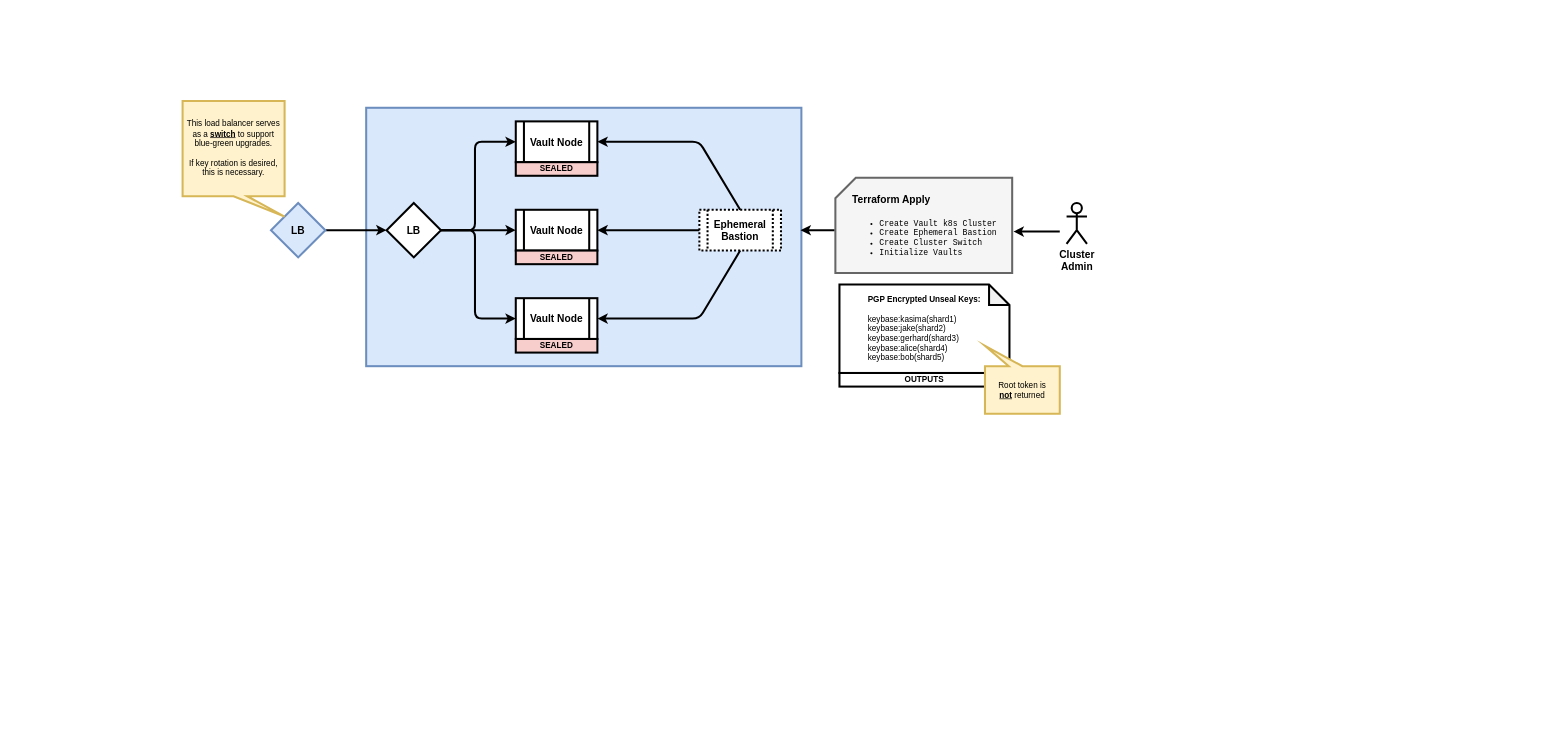
Before: page "Page-1" (1 of 12) of docs/_static/omisego.drawio in ethereum-optimism/optimism, a draw.io diagram. Source tidied: cells renumbered, new cells numbered last; positions are measured from the earlier drawing's top-left corner, leaving out a move shared by most shapes. Both pictures are drawn from the tidied source at 68%, with x=0, y=0 at pixel (182, 101). Pictures stored in the file or linked from it are replaced by grey dashed boxes.
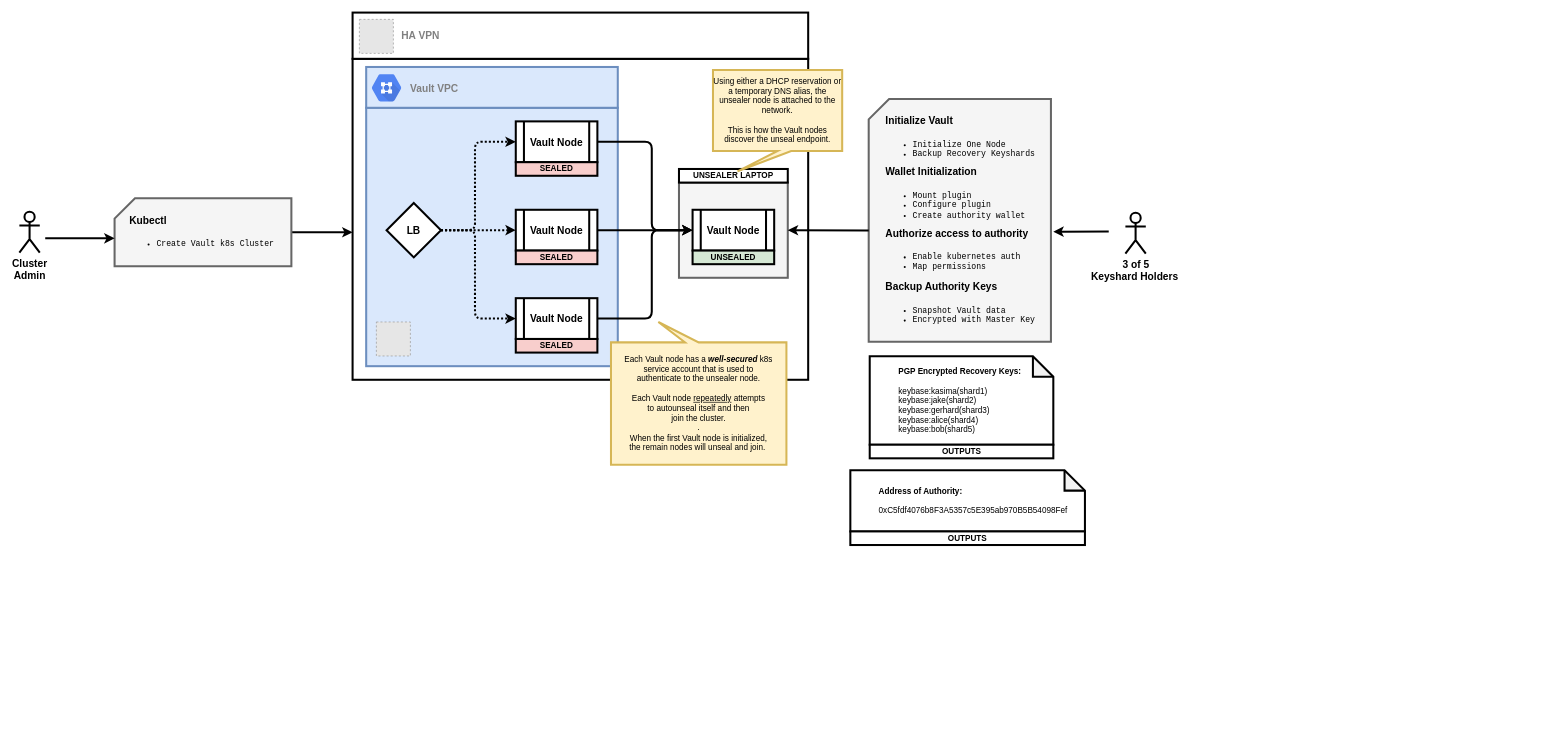
After the change.

Unchanged cells that the change refers to:
```xml
<mxCell id="4" value="&lt;font style=&quot;font-size: 15px&quot;&gt;&lt;b&gt;LB&lt;/b&gt;&lt;/font&gt;" style="rhombus;whiteSpace=wrap;html=1;strokeWidth=3;" parent="1" vertex="1">
  <mxGeometry x="300" y="150" width="80" height="80" as="geometry" />
</mxCell>
<mxCell id="5" value="&lt;font style=&quot;font-size: 15px&quot;&gt;&lt;b&gt;Vault Node&lt;/b&gt;&lt;/font&gt;" style="shape=process;whiteSpace=wrap;html=1;backgroundOutline=1;strokeWidth=3;" parent="1" vertex="1">
  <mxGeometry x="490" y="30" width="120" height="60" as="geometry" />
</mxCell>
<mxCell id="6" value="&lt;font style=&quot;font-size: 15px&quot;&gt;&lt;b&gt;Vault Node&lt;/b&gt;&lt;/font&gt;" style="shape=process;whiteSpace=wrap;html=1;backgroundOutline=1;strokeWidth=3;" parent="1" vertex="1">
  <mxGeometry x="490" y="160" width="120" height="60" as="geometry" />
</mxCell>
<mxCell id="7" value="&lt;font style=&quot;font-size: 15px&quot;&gt;&lt;b&gt;Vault Node&lt;/b&gt;&lt;/font&gt;" style="shape=process;whiteSpace=wrap;html=1;backgroundOutline=1;strokeWidth=3;" parent="1" vertex="1">
  <mxGeometry x="490" y="290" width="120" height="60" as="geometry" />
</mxCell>
```

What changed in the source:
```diff
@@
-    <mxCell id="2" value="&lt;font style=&quot;font-size: 15px&quot;&gt;&lt;b&gt;Cluster&lt;br&gt;Admin&lt;br&gt;&lt;/b&gt;&lt;/font&gt;" style="shape=umlActor;verticalLabelPosition=bottom;labelBackgroundColor=#ffffff;verticalAlign=top;html=1;strokeWidth=3;" parent="1" vertex="1">
-      <mxGeometry x="1300" y="150" width="30" height="60" as="geometry" />
-    </mxCell>
+    <mxCell id="30" style="rounded=0;whiteSpace=wrap;html=1;strokeColor=#000000;strokeWidth=3;" parent="1" vertex="1">
+      <mxGeometry x="250" y="-62" width="670" height="472" as="geometry" />
+    </mxCell>
     <mxCell id="3" style="rounded=0;whiteSpace=wrap;html=1;strokeWidth=3;fillColor=#dae8fc;strokeColor=#6c8ebf;" parent="1" vertex="1">
-      <mxGeometry x="270" y="10" width="640" height="380" as="geometry" />
+      <mxGeometry x="270" y="10" width="370" height="380" as="geometry" />
     </mxCell>
@@
-    <mxCell id="8" value="&lt;font style=&quot;font-size: 15px&quot;&gt;&lt;b&gt;Ephemeral&lt;br&gt;Bastion&lt;/b&gt;&lt;/font&gt;" style="shape=process;whiteSpace=wrap;html=1;backgroundOutline=1;strokeWidth=3;dashed=1;dashPattern=1 1;" parent="1" vertex="1">
-      <mxGeometry x="760" y="160" width="120" height="60" as="geometry" />
-    </mxCell>
-    <mxCell id="9" style="endArrow=classic;html=1;strokeWidth=3;entryX=1;entryY=0.5;entryDx=0;entryDy=0;exitX=0.5;exitY=0;exitDx=0;exitDy=0;" parent="1" edge="1" source="8" target="5">
-      <mxGeometry relative="1" as="geometry">
-        <Array as="points">
-          <mxPoint x="760" y="60" />
-        </Array>
-      </mxGeometry>
-    </mxCell>
-    <mxCell id="10" style="endArrow=classic;html=1;strokeWidth=3;entryX=1;entryY=0.5;entryDx=0;entryDy=0;exitX=0;exitY=0.5;exitDx=0;exitDy=0;" parent="1" edge="1" source="8" target="6">
-      <mxGeometry relative="1" as="geometry" />
-    </mxCell>
-    <mxCell id="11" style="endArrow=classic;html=1;strokeWidth=3;entryX=1;entryY=0.5;entryDx=0;entryDy=0;exitX=0.5;exitY=1;exitDx=0;exitDy=0;" parent="1" edge="1" source="8" target="7">
-      <mxGeometry relative="1" as="geometry">
-        <Array as="points">
-          <mxPoint x="760" y="320" />
-        </Array>
-      </mxGeometry>
-    </mxCell>
-    <mxCell id="12" style="endArrow=classic;html=1;strokeWidth=3;exitX=1;exitY=0.5;exitDx=0;exitDy=0;entryX=0;entryY=0.5;entryDx=0;entryDy=0;" parent="1" edge="1" source="4" target="5">
+    <mxCell id="12" style="endArrow=classic;html=1;strokeWidth=3;exitX=1;exitY=0.5;exitDx=0;exitDy=0;entryX=0;entryY=0.5;entryDx=0;entryDy=0;dashed=1;dashPattern=1 1;" parent="1" edge="1" source="4" target="5">
       <mxGeometry relative="1" as="geometry">
         <Array as="points">
           <mxPoint x="430" y="190" />
           <mxPoint x="430" y="60" />
         </Array>
       </mxGeometry>
     </mxCell>
-    <mxCell id="13" style="endArrow=classic;html=1;strokeWidth=3;entryX=0;entryY=0.5;entryDx=0;entryDy=0;exitX=1;exitY=0.5;exitDx=0;exitDy=0;" parent="1" edge="1" source="4" target="7">
+    <mxCell id="13" style="endArrow=classic;html=1;strokeWidth=3;entryX=0;entryY=0.5;entryDx=0;entryDy=0;exitX=1;exitY=0.5;exitDx=0;exitDy=0;dashed=1;dashPattern=1 1;" parent="1" edge="1" source="4" target="7">
       <mxGeometry relative="1" as="geometry">
         <Array as="points">
           <mxPoint x="430" y="190" />
           <mxPoint x="430" y="320" />
         </Array>
       </mxGeometry>
     </mxCell>
-    <mxCell id="14" style="endArrow=classic;html=1;strokeWidth=3;exitX=1;exitY=0.5;exitDx=0;exitDy=0;entryX=0;entryY=0.5;entryDx=0;entryDy=0;" parent="1" edge="1" source="4" target="6">
+    <mxCell id="14" style="endArrow=classic;html=1;strokeWidth=3;exitX=1;exitY=0.5;exitDx=0;exitDy=0;entryX=0;entryY=0.5;entryDx=0;entryDy=0;dashed=1;dashPattern=1 1;" parent="1" edge="1" source="4" target="6">
       <mxGeometry relative="1" as="geometry" />
     </mxCell>
-    <mxCell id="15" style="endArrow=classic;html=1;strokeWidth=3;entryX=0;entryY=0.5;entryDx=0;entryDy=0;" parent="1" edge="1" target="4">
-      <mxGeometry relative="1" as="geometry">
-        <mxPoint x="210" y="190" as="sourcePoint" />
-      </mxGeometry>
-    </mxCell>
@@
-    <mxCell id="19" value="&lt;font style=&quot;font-size: 15px&quot;&gt;&lt;b&gt;LB&lt;/b&gt;&lt;/font&gt;" style="rhombus;whiteSpace=wrap;html=1;strokeWidth=3;fillColor=#dae8fc;strokeColor=#6c8ebf;" parent="1" vertex="1">
-      <mxGeometry x="130" y="150" width="80" height="80" as="geometry" />
-    </mxCell>
-    <mxCell id="20" value="This load balancer serves as a &lt;b&gt;&lt;u&gt;switch&lt;/u&gt;&lt;/b&gt; to support blue-green upgrades.&lt;br&gt;&lt;br&gt;If key rotation is desired, this is necessary." style="shape=callout;whiteSpace=wrap;html=1;perimeter=calloutPerimeter;strokeColor=#d6b656;strokeWidth=3;position2=1;fillColor=#fff2cc;" parent="1" vertex="1">
-      <mxGeometry width="150" height="170" as="geometry" />
-    </mxCell>
-    <mxCell id="21" style="group;" parent="1" vertex="1">
-      <mxGeometry x="966" y="270" width="250" height="150" as="geometry" />
-    </mxCell>
-    <mxCell id="22" value="&lt;blockquote style=&quot;margin: 0 0 0 40px ; border: none ; padding: 0px&quot;&gt;&lt;b&gt;PGP Encrypted Unseal Keys:&lt;/b&gt;&lt;br&gt;&lt;/blockquote&gt;&lt;blockquote style=&quot;margin: 0 0 0 40px ; border: none ; padding: 0px&quot;&gt;&lt;br&gt;&lt;/blockquote&gt;&lt;blockquote style=&quot;margin: 0 0 0 40px ; border: none ; padding: 0px&quot;&gt;keybase:kasima(shard1)&lt;br&gt;keybase:jake(shard2)&lt;br&gt;keybase:gerhard(shard3)&lt;br&gt;keybase:alice(shard4)&lt;br&gt;keybase:bob(shard5)&lt;/blockquote&gt;" style="shape=note;whiteSpace=wrap;html=1;backgroundOutline=1;darkOpacity=0.05;strokeColor=#000000;strokeWidth=3;align=left;" parent="21" vertex="1">
-      <mxGeometry width="250" height="130" as="geometry" />
-    </mxCell>
-    <mxCell id="23" value="&lt;b&gt;OUTPUTS&lt;/b&gt;" style="rounded=0;whiteSpace=wrap;html=1;strokeWidth=3;" parent="21" vertex="1">
-      <mxGeometry y="130" width="250" height="20" as="geometry" />
-    </mxCell>
-    <mxCell id="24" value="Root token is &lt;br&gt;&lt;b&gt;&lt;u&gt;not&lt;/u&gt;&lt;/b&gt; returned" style="shape=callout;whiteSpace=wrap;html=1;perimeter=calloutPerimeter;strokeColor=#d6b656;strokeWidth=3;position2=1;fillColor=#fff2cc;direction=west;" parent="1" vertex="1">
-      <mxGeometry x="1180" y="360" width="110" height="100" as="geometry" />
-    </mxCell>
-    <mxCell id="25" style="endArrow=classic;html=1;strokeWidth=3;entryX=0.998;entryY=0.474;entryDx=0;entryDy=0;entryPerimeter=0;exitX=-0.004;exitY=0.55;exitDx=0;exitDy=0;exitPerimeter=0;" parent="1" edge="1" source="27" target="3">
-      <mxGeometry relative="1" as="geometry" />
-    </mxCell>
-    <mxCell id="26" style="group;" parent="1" vertex="1">
-      <mxGeometry x="960" y="113" width="260" height="140" as="geometry" />
-    </mxCell>
-    <mxCell id="27" style="shape=card;whiteSpace=wrap;html=1;strokeWidth=3;fillColor=#f5f5f5;strokeColor=#666666;fontColor=#333333;" parent="26" vertex="1">
-      <mxGeometry width="260" height="140" as="geometry" />
-    </mxCell>
-    <mxCell id="28" value="&lt;h1&gt;&lt;font style=&quot;font-size: 15px&quot;&gt;Terraform Apply&lt;/font&gt;&lt;/h1&gt;&lt;pre&gt;&lt;ul&gt;&lt;li&gt;&lt;span&gt;Create Vault k8s Cluster&lt;/span&gt;&lt;/li&gt;&lt;li&gt;&lt;span&gt;Create Ephemeral Bastion&lt;/span&gt;&lt;/li&gt;&lt;li&gt;&lt;span&gt;Create Cluster Switch&lt;/span&gt;&lt;/li&gt;&lt;li&gt;&lt;span&gt;Initialize Vaults&lt;/span&gt;&lt;/li&gt;&lt;/ul&gt;&lt;/pre&gt;" style="text;html=1;strokeColor=none;fillColor=none;spacing=5;spacingTop=-20;whiteSpace=wrap;overflow=hidden;rounded=0;" parent="26" vertex="1">
-      <mxGeometry x="20" y="10" width="240" height="120" as="geometry" />
-    </mxCell>
-    <mxCell id="29" style="endArrow=classic;html=1;strokeWidth=3;entryX=1.008;entryY=0.575;entryDx=0;entryDy=0;entryPerimeter=0;" parent="1" edge="1" target="28">
-      <mxGeometry relative="1" as="geometry">
-        <mxPoint x="1290" y="192" as="sourcePoint" />
-      </mxGeometry>
-    </mxCell>
+    <mxCell id="31" style="rounded=0;whiteSpace=wrap;html=1;strokeWidth=3;fillColor=#f5f5f5;strokeColor=#666666;fontColor=#333333;" parent="1" vertex="1">
+      <mxGeometry x="730" y="120" width="160" height="140" as="geometry" />
+    </mxCell>
+    <mxCell id="32" value="&lt;font style=&quot;font-size: 15px&quot;&gt;&lt;b&gt;Vault Node&lt;/b&gt;&lt;/font&gt;" style="shape=process;whiteSpace=wrap;html=1;backgroundOutline=1;strokeWidth=3;" parent="1" vertex="1">
+      <mxGeometry x="750" y="160" width="120" height="60" as="geometry" />
+    </mxCell>
+    <mxCell id="33" value="&lt;b&gt;UNSEALED&lt;/b&gt;" style="rounded=0;whiteSpace=wrap;html=1;strokeWidth=3;strokeColor=#000000;fillColor=#d5e8d4;" parent="1" vertex="1">
+      <mxGeometry x="750" y="220" width="120" height="20" as="geometry" />
+    </mxCell>
+    <mxCell id="34" value="&lt;b&gt;UNSEALER LAPTOP&lt;/b&gt;" style="rounded=0;whiteSpace=wrap;html=1;strokeWidth=3;" parent="1" vertex="1">
+      <mxGeometry x="730" y="100" width="160" height="20" as="geometry" />
+    </mxCell>
+    <mxCell id="35" style="rounded=0;whiteSpace=wrap;html=1;strokeWidth=3;" parent="1" vertex="1">
+      <mxGeometry x="250" y="-130" width="670" height="68" as="geometry" />
+    </mxCell>
+    <mxCell id="2" value="&lt;font style=&quot;font-size: 15px&quot;&gt;&lt;b&gt;Cluster&lt;br&gt;Admin&lt;br&gt;&lt;/b&gt;&lt;/font&gt;" style="shape=umlActor;verticalLabelPosition=bottom;labelBackgroundColor=#ffffff;verticalAlign=top;html=1;strokeWidth=3;" parent="1" vertex="1">
+      <mxGeometry x="-240" y="163" width="30" height="60" as="geometry" />
+    </mxCell>
+    <mxCell id="36" style="group;" parent="1" vertex="1">
+      <mxGeometry x="985" y="422" width="1012.5" height="510" as="geometry" />
+    </mxCell>
+    <mxCell id="37" value="&lt;blockquote style=&quot;margin: 0 0 0 40px ; border: none ; padding: 0px&quot;&gt;&lt;b&gt;PGP Encrypted Recovery Keys:&lt;/b&gt;&lt;br&gt;&lt;/blockquote&gt;&lt;blockquote style=&quot;margin: 0 0 0 40px ; border: none ; padding: 0px&quot;&gt;&lt;br&gt;&lt;/blockquote&gt;&lt;blockquote style=&quot;margin: 0 0 0 40px ; border: none ; padding: 0px&quot;&gt;keybase:kasima(shard1)&lt;br&gt;keybase:jake(shard2)&lt;br&gt;keybase:gerhard(shard3)&lt;br&gt;keybase:alice(shard4)&lt;br&gt;keybase:bob(shard5)&lt;/blockquote&gt;" style="shape=note;whiteSpace=wrap;html=1;backgroundOutline=1;darkOpacity=0.05;strokeColor=#000000;strokeWidth=3;align=left;" parent="36" vertex="1">
+      <mxGeometry x="25.5" y="-46.5" width="270" height="130" as="geometry" />
+    </mxCell>
+    <mxCell id="38" value="&lt;b&gt;OUTPUTS&lt;/b&gt;" style="rounded=0;whiteSpace=wrap;html=1;strokeWidth=3;" parent="36" vertex="1">
+      <mxGeometry x="25.5" y="83.5" width="270" height="20" as="geometry" />
+    </mxCell>
+    <mxCell id="39" value="&lt;blockquote style=&quot;margin: 0 0 0 40px ; border: none ; padding: 0px&quot;&gt;&lt;b&gt;&lt;font style=&quot;font-size: 12px&quot;&gt;Address of Authority:&lt;/font&gt;&lt;/b&gt;&lt;br&gt;&lt;br&gt;&lt;/blockquote&gt;&lt;blockquote style=&quot;margin: 0 0 0 40px ; border: none ; padding: 0px&quot;&gt;0xC5fdf4076b8F3A5357c5E395ab970B5B54098Fef&lt;br&gt;&lt;/blockquote&gt;" style="shape=note;whiteSpace=wrap;html=1;backgroundOutline=1;darkOpacity=0.05;strokeColor=#000000;strokeWidth=3;align=left;" parent="36" vertex="1">
+      <mxGeometry x="-3" y="121" width="345" height="90" as="geometry" />
+    </mxCell>
+    <mxCell id="40" value="&lt;b&gt;OUTPUTS&lt;/b&gt;" style="rounded=0;whiteSpace=wrap;html=1;strokeWidth=3;" parent="36" vertex="1">
+      <mxGeometry x="-3" y="211" width="345" height="20" as="geometry" />
+    </mxCell>
+    <mxCell id="41" style="group;" parent="36" vertex="1">
+      <mxGeometry x="24" y="-425" width="268" height="357" as="geometry" />
+    </mxCell>
+    <mxCell id="42" style="shape=card;whiteSpace=wrap;html=1;strokeWidth=3;fillColor=#f5f5f5;strokeColor=#666666;fontColor=#333333;" parent="41" vertex="1">
+      <mxGeometry width="268" height="357" as="geometry" />
+    </mxCell>
+    <mxCell id="43" value="&lt;h1&gt;&lt;font style=&quot;font-size: 15px&quot;&gt;Wallet Initialization&lt;/font&gt;&lt;/h1&gt;&lt;pre&gt;&lt;ul&gt;&lt;li&gt;&lt;span&gt;Mount plugin&lt;/span&gt;&lt;/li&gt;&lt;li&gt;&lt;span&gt;Configure plugin&lt;/span&gt;&lt;/li&gt;&lt;li&gt;&lt;span&gt;Create authority wallet&lt;/span&gt;&lt;/li&gt;&lt;/ul&gt;&lt;/pre&gt;&lt;pre&gt;&lt;br&gt;&lt;/pre&gt;" style="text;html=1;strokeColor=none;fillColor=none;spacing=5;spacingTop=-20;whiteSpace=wrap;overflow=hidden;rounded=0;" parent="41" vertex="1">
+      <mxGeometry x="19.5" y="85" width="240" height="120" as="geometry" />
+    </mxCell>
+    <mxCell id="44" value="&lt;h1&gt;&lt;font style=&quot;font-size: 15px&quot;&gt;Authorize access to authority&lt;/font&gt;&lt;/h1&gt;&lt;pre&gt;&lt;ul&gt;&lt;li&gt;&lt;span&gt;Enable kubernetes auth&lt;/span&gt;&lt;/li&gt;&lt;li&gt;&lt;span&gt;Map permissions&lt;/span&gt;&lt;/li&gt;&lt;/ul&gt;&lt;/pre&gt;&lt;pre&gt;&lt;br&gt;&lt;/pre&gt;" style="text;html=1;strokeColor=none;fillColor=none;spacing=5;spacingTop=-20;whiteSpace=wrap;overflow=hidden;rounded=0;" parent="41" vertex="1">
+      <mxGeometry x="20" y="175" width="240" height="100" as="geometry" />
+    </mxCell>
+    <mxCell id="45" value="&lt;h1&gt;&lt;font style=&quot;font-size: 15px&quot;&gt;Initialize Vault&lt;/font&gt;&lt;/h1&gt;&lt;pre&gt;&lt;ul&gt;&lt;li&gt;&lt;span&gt;Initialize One Node&lt;/span&gt;&lt;/li&gt;&lt;li&gt;&lt;span&gt;Backup Recovery Keyshards&lt;/span&gt;&lt;/li&gt;&lt;/ul&gt;&lt;/pre&gt;&lt;pre&gt;&lt;br&gt;&lt;/pre&gt;" style="text;html=1;strokeColor=none;fillColor=none;spacing=5;spacingTop=-20;whiteSpace=wrap;overflow=hidden;rounded=0;" parent="41" vertex="1">
+      <mxGeometry x="20" y="10" width="240" height="90" as="geometry" />
+    </mxCell>
+    <mxCell id="46" value="&lt;h1&gt;&lt;font style=&quot;font-size: 15px&quot;&gt;Backup Authority Keys&lt;/font&gt;&lt;/h1&gt;&lt;pre&gt;&lt;ul&gt;&lt;li&gt;&lt;span&gt;Snapshot Vault data&lt;/span&gt;&lt;/li&gt;&lt;li&gt;&lt;span&gt;Encrypted with Master Key &lt;/span&gt;&lt;/li&gt;&lt;/ul&gt;&lt;/pre&gt;&lt;pre&gt;&lt;br&gt;&lt;/pre&gt;" style="text;html=1;strokeColor=none;fillColor=none;spacing=5;spacingTop=-20;whiteSpace=wrap;overflow=hidden;rounded=0;" parent="41" vertex="1">
+      <mxGeometry x="20" y="254" width="247" height="100" as="geometry" />
+    </mxCell>
+    <mxCell id="47" style="endArrow=classic;html=1;strokeWidth=3;entryX=0;entryY=0.524;entryDx=0;entryDy=0;entryPerimeter=0;exitX=1;exitY=0.5;exitDx=0;exitDy=0;" parent="1" edge="1" source="50">
+      <mxGeometry relative="1" as="geometry">
+        <mxPoint x="250" y="193.1" as="targetPoint" />
+      </mxGeometry>
+    </mxCell>
+    <mxCell id="48" style="group;" parent="1" vertex="1">
+      <mxGeometry x="-100" y="143" width="260" height="140" as="geometry" />
+    </mxCell>
+    <mxCell id="49" style="shape=card;whiteSpace=wrap;html=1;strokeWidth=3;fillColor=#f5f5f5;strokeColor=#666666;fontColor=#333333;" parent="48" vertex="1">
+      <mxGeometry width="260" height="100" as="geometry" />
+    </mxCell>
+    <mxCell id="50" value="&lt;h1&gt;&lt;font style=&quot;font-size: 15px&quot;&gt;Kubectl&lt;/font&gt;&lt;/h1&gt;&lt;pre&gt;&lt;ul&gt;&lt;li&gt;&lt;span&gt;Create Vault k8s Cluster&lt;/span&gt;&lt;/li&gt;&lt;/ul&gt;&lt;/pre&gt;" style="text;html=1;strokeColor=none;fillColor=none;spacing=5;spacingTop=-20;whiteSpace=wrap;overflow=hidden;rounded=0;" parent="48" vertex="1">
+      <mxGeometry x="17" y="10" width="243" height="80" as="geometry" />
+    </mxCell>
+    <mxCell id="51" style="endArrow=classic;html=1;strokeWidth=3;" parent="1" edge="1">
+      <mxGeometry relative="1" as="geometry">
+        <mxPoint x="-202" y="202" as="sourcePoint" />
+        <mxPoint x="-100" y="202" as="targetPoint" />
+      </mxGeometry>
+    </mxCell>
+    <mxCell id="52" style="endArrow=classic;html=1;strokeWidth=3;exitX=1;exitY=0.5;exitDx=0;exitDy=0;entryX=0;entryY=0.5;entryDx=0;entryDy=0;" parent="1" edge="1" source="5" target="32">
+      <mxGeometry relative="1" as="geometry">
+        <Array as="points">
+          <mxPoint x="690" y="60" />
+          <mxPoint x="690" y="190" />
+        </Array>
+      </mxGeometry>
+    </mxCell>
+    <mxCell id="53" style="endArrow=classic;html=1;strokeWidth=3;exitX=1;exitY=0.5;exitDx=0;exitDy=0;" parent="1" edge="1" source="6">
+      <mxGeometry relative="1" as="geometry">
+        <mxPoint x="750" y="190" as="targetPoint" />
+      </mxGeometry>
+    </mxCell>
+    <mxCell id="54" style="endArrow=classic;html=1;strokeWidth=3;exitX=1;exitY=0.5;exitDx=0;exitDy=0;" parent="1" edge="1" source="7">
+      <mxGeometry relative="1" as="geometry">
+        <mxPoint x="750" y="190" as="targetPoint" />
+        <Array as="points">
+          <mxPoint x="690" y="320" />
+          <mxPoint x="690" y="190" />
+        </Array>
+      </mxGeometry>
+    </mxCell>
+    <mxCell id="55" style="endArrow=classic;html=1;strokeWidth=3;entryX=1;entryY=0.5;entryDx=0;entryDy=0;exitX=0;exitY=0;exitDx=0;exitDy=193.5;exitPerimeter=0;" parent="1" edge="1" source="42" target="31">
+      <mxGeometry relative="1" as="geometry" />
+    </mxCell>
+    <mxCell id="56" value="&lt;font style=&quot;font-size: 15px&quot;&gt;&lt;b&gt;3 of 5&lt;br&gt;Keyshard Holders&amp;nbsp;&lt;br&gt;&lt;/b&gt;&lt;/font&gt;" style="shape=umlActor;verticalLabelPosition=bottom;labelBackgroundColor=#ffffff;verticalAlign=top;html=1;strokeWidth=3;" parent="1" vertex="1">
+      <mxGeometry x="1386.5" y="164.5" width="30" height="60" as="geometry" />
+    </mxCell>
+    <mxCell id="57" style="endArrow=classic;html=1;strokeWidth=3;entryX=1.013;entryY=0.547;entryDx=0;entryDy=0;entryPerimeter=0;" parent="1" edge="1" target="42">
+      <mxGeometry relative="1" as="geometry">
+        <mxPoint x="1362" y="192" as="sourcePoint" />
+      </mxGeometry>
+    </mxCell>
+    <mxCell id="58" value="Each Vault node has a &lt;b&gt;&lt;i&gt;well-secured&lt;/i&gt;&lt;/b&gt; k8s &lt;br&gt;service account that is used to &lt;br&gt;authenticate to the unsealer node.&lt;br&gt;&lt;br&gt;Each Vault node &lt;u&gt;repeatedly&lt;/u&gt; attempts &lt;br&gt;to autounseal itself and then &lt;br&gt;join the cluster.&lt;br&gt;.&lt;br&gt;When the first Vault node is initialized, &lt;br&gt;the remain nodes will unseal and join.&amp;nbsp;" style="shape=callout;whiteSpace=wrap;html=1;perimeter=calloutPerimeter;strokeColor=#d6b656;strokeWidth=3;position2=0.73;fillColor=#fff2cc;direction=west;" parent="1" vertex="1">
+      <mxGeometry x="630" y="325" width="258" height="210" as="geometry" />
+    </mxCell>
+    <mxCell id="59" value="Using either a DHCP reservation or a temporary DNS alias, the unsealer node is attached to the network. &lt;br&gt;&lt;br&gt;This is how the Vault nodes discover the unseal endpoint." style="shape=callout;whiteSpace=wrap;html=1;perimeter=calloutPerimeter;strokeColor=#d6b656;strokeWidth=3;position2=0.19;fillColor=#fff2cc;direction=east;" parent="1" vertex="1">
+      <mxGeometry x="780" y="-45.5" width="190" height="149" as="geometry" />
+    </mxCell>
+    <mxCell id="60" style="fillColor=#E6E6E6;strokeColor=#999999;dashed=1;verticalLabelPosition=bottom;labelBackgroundColor=#ffffff;verticalAlign=top;" parent="1" vertex="1">
+      <mxGeometry x="285" y="325" width="50" height="50" as="geometry" />
+    </mxCell>
+    <mxCell id="61" style="rounded=0;whiteSpace=wrap;html=1;strokeWidth=3;fillColor=#dae8fc;strokeColor=#6c8ebf;" parent="1" vertex="1">
+      <mxGeometry x="270" y="-50" width="370" height="60" as="geometry" />
+    </mxCell>
+    <mxCell id="62" style="fillColor=#E6E6E6;strokeColor=#999999;dashed=1;verticalLabelPosition=bottom;labelBackgroundColor=#ffffff;verticalAlign=top;" parent="1" vertex="1">
+      <mxGeometry x="260" y="-120" width="50" height="50" as="geometry" />
+    </mxCell>
+    <mxCell id="63" style="group;fontStyle=1;" parent="1" vertex="1">
+      <mxGeometry x="267" y="-48.5" width="146" height="58.5" as="geometry" />
+    </mxCell>
+    <mxCell id="64" style="html=1;fillColor=#5184F3;strokeColor=none;verticalAlign=top;labelPosition=center;verticalLabelPosition=bottom;align=center;spacingTop=-6;fontSize=11;fontStyle=1;fontColor=#999999;shape=mxgraph.gcp2.hexIcon;prIcon=virtual_private_cloud;" parent="63" vertex="1">
+      <mxGeometry width="66" height="58.5" as="geometry" />
+    </mxCell>
+    <mxCell id="65" value="&lt;b&gt;&lt;font style=&quot;font-size: 15px&quot; color=&quot;#808080&quot;&gt;Vault VPC&lt;/font&gt;&lt;/b&gt;" style="text;html=1;strokeColor=none;fillColor=none;align=left;verticalAlign=middle;whiteSpace=wrap;rounded=0;dashed=1;dashPattern=1 1;" parent="63" vertex="1">
+      <mxGeometry x="66" y="19" width="80" height="20" as="geometry" />
+    </mxCell>
+    <mxCell id="66" value="&lt;b&gt;&lt;font style=&quot;font-size: 15px&quot; color=&quot;#808080&quot;&gt;HA VPN&lt;/font&gt;&lt;/b&gt;" style="text;html=1;strokeColor=none;fillColor=none;align=left;verticalAlign=middle;whiteSpace=wrap;rounded=0;dashed=1;dashPattern=1 1;" parent="1" vertex="1">
+      <mxGeometry x="320" y="-106" width="80" height="20" as="geometry" />
+    </mxCell>
```
